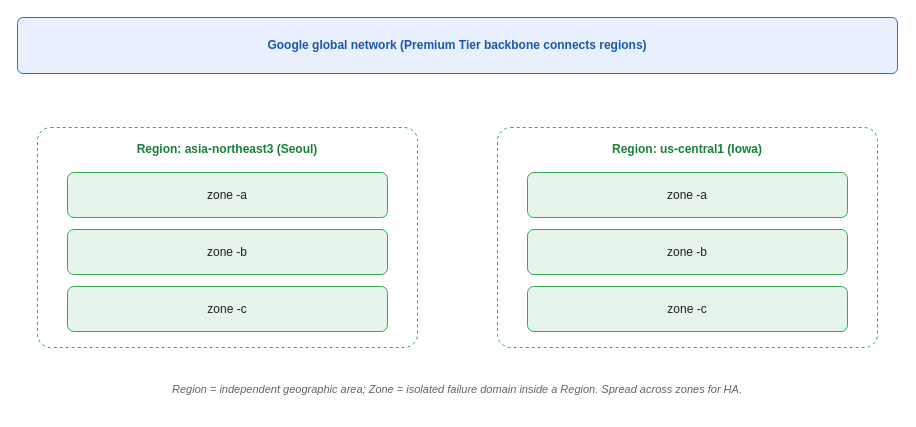
The draw.io diagram assets/img/gcp/gcp-region-zone.drawio in KKamJi98/kkamji98.github.io, before the edit. Source tidied: cells renumbered, new cells numbered last; positions are measured from the earlier drawing's top-left corner, leaving out a move shared by most shapes. Both pictures are drawn from the tidied source at 100%, with x=0, y=0 at pixel (17, 17).
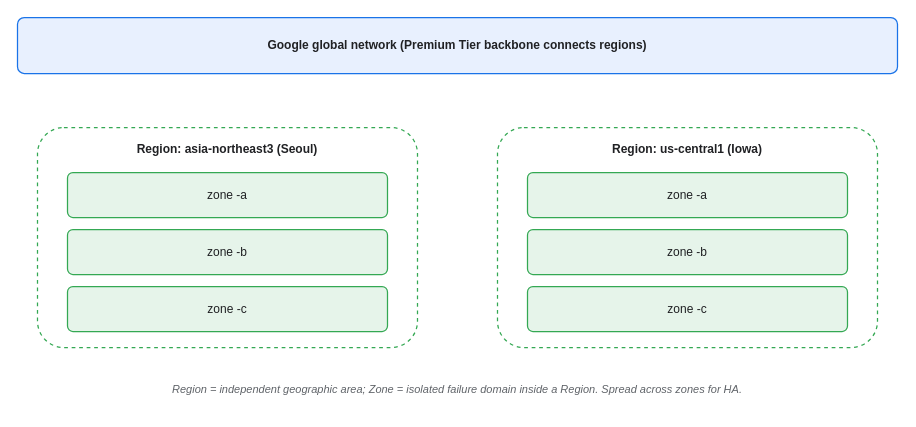
Above is the later version.

The edit, as a diff of the source:
```diff
@@
 <mxGraphModel background="#FFFFFF">
   <root>
     <mxCell id="0" />
     <mxCell id="1" parent="0" />
-    <mxCell id="2" value="Google global network (Premium Tier backbone connects regions)" style="rounded=1;whiteSpace=wrap;html=0;arcSize=10;shadow=0;fillColor=#E8F0FE;strokeColor=#1A73E8;fontColor=#1A57B0;fontStyle=1;" parent="1" vertex="1">
+    <mxCell id="2" value="Google global network (Premium Tier backbone connects regions)" style="rounded=1;whiteSpace=wrap;html=0;arcSize=12;shadow=0;fillColor=#E8F0FE;strokeColor=#1A73E8;fontColor=#202124;fontStyle=1;strokeWidth=1.25;" parent="1" vertex="1">
       <mxGeometry width="880" height="56" as="geometry" />
     </mxCell>
-    <mxCell id="3" value="Region: asia-northeast3 (Seoul)" style="rounded=1;whiteSpace=wrap;html=0;arcSize=6;shadow=0;fillColor=#FFFFFF;strokeColor=#34A853;fontColor=#188038;fontStyle=1;verticalAlign=top;align=center;dashed=1;spacingTop=8;" parent="1" vertex="1">
+    <mxCell id="3" value="Region: asia-northeast3 (Seoul)" style="rounded=1;whiteSpace=wrap;html=0;arcSize=12;shadow=0;fillColor=#FFFFFF;strokeColor=#34A853;fontColor=#202124;fontStyle=1;verticalAlign=top;align=center;dashed=1;spacingTop=8;strokeWidth=1.25;" parent="1" vertex="1">
       <mxGeometry x="20" y="110" width="380" height="220" as="geometry" />
     </mxCell>
-    <mxCell id="4" value="zone -a" style="rounded=1;whiteSpace=wrap;html=0;arcSize=14;shadow=0;fillColor=#E6F4EA;strokeColor=#34A853;fontColor=#202124;" parent="1" vertex="1">
+    <mxCell id="4" value="zone -a" style="rounded=1;whiteSpace=wrap;html=0;arcSize=12;shadow=0;fillColor=#E6F4EA;strokeColor=#34A853;fontColor=#202124;strokeWidth=1.25;" parent="1" vertex="1">
       <mxGeometry x="50" y="155" width="320" height="45" as="geometry" />
     </mxCell>
-    <mxCell id="5" value="zone -b" style="rounded=1;whiteSpace=wrap;html=0;arcSize=14;shadow=0;fillColor=#E6F4EA;strokeColor=#34A853;fontColor=#202124;" parent="1" vertex="1">
+    <mxCell id="5" value="zone -b" style="rounded=1;whiteSpace=wrap;html=0;arcSize=12;shadow=0;fillColor=#E6F4EA;strokeColor=#34A853;fontColor=#202124;strokeWidth=1.25;" parent="1" vertex="1">
       <mxGeometry x="50" y="212" width="320" height="45" as="geometry" />
     </mxCell>
-    <mxCell id="6" value="zone -c" style="rounded=1;whiteSpace=wrap;html=0;arcSize=14;shadow=0;fillColor=#E6F4EA;strokeColor=#34A853;fontColor=#202124;" parent="1" vertex="1">
+    <mxCell id="6" value="zone -c" style="rounded=1;whiteSpace=wrap;html=0;arcSize=12;shadow=0;fillColor=#E6F4EA;strokeColor=#34A853;fontColor=#202124;strokeWidth=1.25;" parent="1" vertex="1">
       <mxGeometry x="50" y="269" width="320" height="45" as="geometry" />
     </mxCell>
-    <mxCell id="7" value="Region: us-central1 (Iowa)" style="rounded=1;whiteSpace=wrap;html=0;arcSize=6;shadow=0;fillColor=#FFFFFF;strokeColor=#34A853;fontColor=#188038;fontStyle=1;verticalAlign=top;align=center;dashed=1;spacingTop=8;" parent="1" vertex="1">
+    <mxCell id="7" value="Region: us-central1 (Iowa)" style="rounded=1;whiteSpace=wrap;html=0;arcSize=12;shadow=0;fillColor=#FFFFFF;strokeColor=#34A853;fontColor=#202124;fontStyle=1;verticalAlign=top;align=center;dashed=1;spacingTop=8;strokeWidth=1.25;" parent="1" vertex="1">
       <mxGeometry x="480" y="110" width="380" height="220" as="geometry" />
     </mxCell>
-    <mxCell id="8" value="zone -a" style="rounded=1;whiteSpace=wrap;html=0;arcSize=14;shadow=0;fillColor=#E6F4EA;strokeColor=#34A853;fontColor=#202124;" parent="1" vertex="1">
+    <mxCell id="8" value="zone -a" style="rounded=1;whiteSpace=wrap;html=0;arcSize=12;shadow=0;fillColor=#E6F4EA;strokeColor=#34A853;fontColor=#202124;strokeWidth=1.25;" parent="1" vertex="1">
       <mxGeometry x="510" y="155" width="320" height="45" as="geometry" />
     </mxCell>
-    <mxCell id="9" value="zone -b" style="rounded=1;whiteSpace=wrap;html=0;arcSize=14;shadow=0;fillColor=#E6F4EA;strokeColor=#34A853;fontColor=#202124;" parent="1" vertex="1">
+    <mxCell id="9" value="zone -b" style="rounded=1;whiteSpace=wrap;html=0;arcSize=12;shadow=0;fillColor=#E6F4EA;strokeColor=#34A853;fontColor=#202124;strokeWidth=1.25;" parent="1" vertex="1">
       <mxGeometry x="510" y="212" width="320" height="45" as="geometry" />
     </mxCell>
-    <mxCell id="10" value="zone -c" style="rounded=1;whiteSpace=wrap;html=0;arcSize=14;shadow=0;fillColor=#E6F4EA;strokeColor=#34A853;fontColor=#202124;" parent="1" vertex="1">
+    <mxCell id="10" value="zone -c" style="rounded=1;whiteSpace=wrap;html=0;arcSize=12;shadow=0;fillColor=#E6F4EA;strokeColor=#34A853;fontColor=#202124;strokeWidth=1.25;" parent="1" vertex="1">
       <mxGeometry x="510" y="269" width="320" height="45" as="geometry" />
     </mxCell>
     <mxCell id="11" value="Region = independent geographic area; Zone = isolated failure domain inside a Region. Spread across zones for HA." style="text;html=0;align=center;verticalAlign=middle;whiteSpace=wrap;fontSize=11;fontColor=#5F6368;fontStyle=2;" parent="1" vertex="1">
       <mxGeometry y="352" width="880" height="40" as="geometry" />
     </mxCell>
   </root>
 </mxGraphModel>
```
